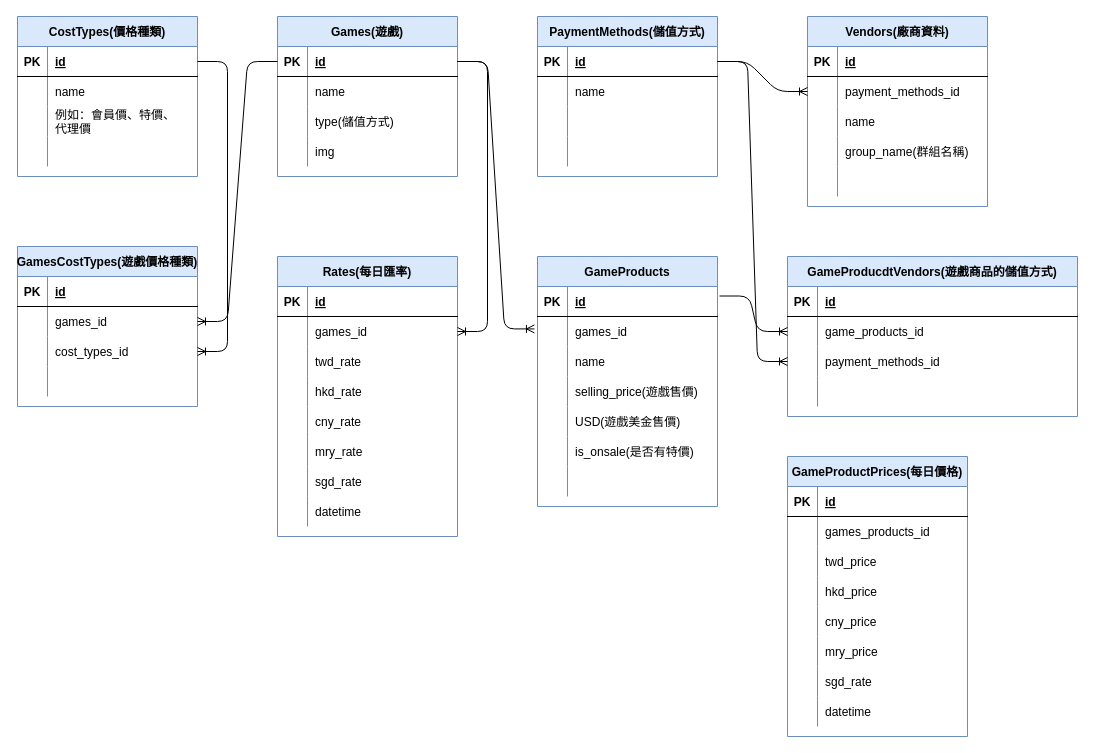
The draw.io diagram Untitled Diagram.drawio in SuHsienChin/website, before the edit. Source tidied: cells renumbered, new cells numbered last; positions are measured from the earlier drawing's top-left corner, leaving out a move shared by most shapes. Both pictures are drawn from the tidied source at 100%, with x=0, y=0 at pixel (17, 16).
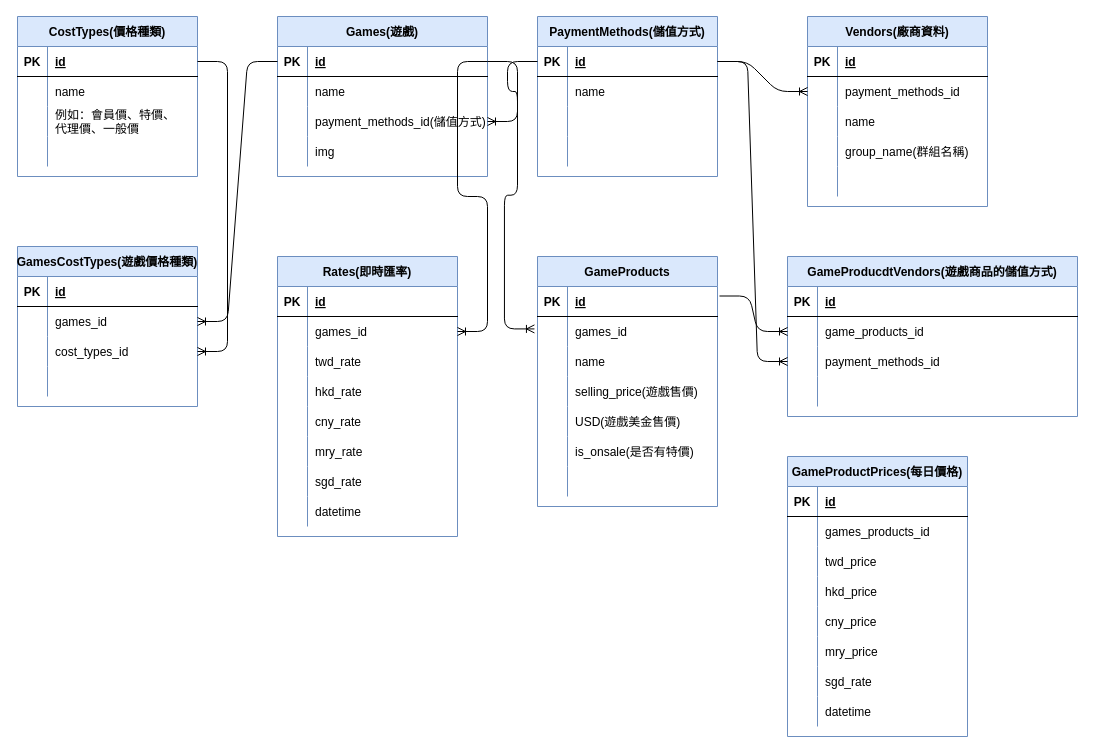
The same page after the edit.

Unchanged cells that the change refers to:
```xml
<mxCell id="120" style="shape=partialRectangle;fillColor=none;top=0;left=0;bottom=1;right=0;points=[[0,0.5],[1,0.5]];portConstraint=eastwest;" parent="119" vertex="1">
  <mxGeometry y="30" width="180" height="30" as="geometry" />
</mxCell>
<mxCell id="141" style="shape=partialRectangle;fillColor=none;top=0;left=0;bottom=0;right=0;" parent="134" vertex="1">
  <mxGeometry y="90" width="180" height="30" as="geometry" />
</mxCell>
```

Change to the diagram source:
```diff
@@
     <mxCell id="2" value="Games(遊戲)" style="shape=table;startSize=30;childLayout=tableLayout;rowLines=0;fontStyle=1;align=center;fillColor=#dae8fc;strokeColor=#6c8ebf;" parent="1" vertex="1">
-      <mxGeometry x="260" width="180" height="160" as="geometry" />
+      <mxGeometry x="260" width="210" height="160" as="geometry" />
     </mxCell>
     <mxCell id="3" style="shape=partialRectangle;fillColor=none;top=0;left=0;bottom=1;right=0;points=[[0,0.5],[1,0.5]];portConstraint=eastwest;" parent="2" vertex="1">
-      <mxGeometry y="30" width="180" height="30" as="geometry" />
+      <mxGeometry y="30" width="210" height="30" as="geometry" />
     </mxCell>
@@
     <mxCell id="5" value="id" style="shape=partialRectangle;fillColor=none;top=0;left=0;bottom=0;right=0;align=left;spacingLeft=6;fontStyle=5;overflow=hidden;" parent="3" vertex="1">
-      <mxGeometry x="30" width="150" height="30" as="geometry" />
+      <mxGeometry x="30" width="180" height="30" as="geometry" />
     </mxCell>
     <mxCell id="6" style="shape=partialRectangle;fillColor=none;top=0;left=0;bottom=0;right=0;" parent="2" vertex="1">
-      <mxGeometry y="60" width="180" height="30" as="geometry" />
+      <mxGeometry y="60" width="210" height="30" as="geometry" />
     </mxCell>
@@
     <mxCell id="8" value="name" style="shape=partialRectangle;fillColor=none;top=0;left=0;bottom=0;right=0;align=left;spacingLeft=6;overflow=hidden;" parent="6" vertex="1">
-      <mxGeometry x="30" width="150" height="30" as="geometry" />
+      <mxGeometry x="30" width="180" height="30" as="geometry" />
     </mxCell>
     <mxCell id="9" style="shape=partialRectangle;fillColor=none;top=0;left=0;bottom=0;right=0;points=[[0,0.5],[1,0.5]];portConstraint=eastwest;" parent="2" vertex="1">
-      <mxGeometry y="90" width="180" height="30" as="geometry" />
+      <mxGeometry y="90" width="210" height="30" as="geometry" />
     </mxCell>
@@
-    <mxCell id="11" value="type(儲值方式)" style="shape=partialRectangle;fillColor=none;top=0;left=0;bottom=0;right=0;align=left;spacingLeft=6;overflow=hidden;" parent="9" vertex="1">
-      <mxGeometry x="30" width="150" height="30" as="geometry" />
+    <mxCell id="11" value="payment_methods_id(儲值方式)" style="shape=partialRectangle;fillColor=none;top=0;left=0;bottom=0;right=0;align=left;spacingLeft=6;overflow=hidden;" parent="9" vertex="1">
+      <mxGeometry x="30" width="180" height="30" as="geometry" />
     </mxCell>
     <mxCell id="12" style="shape=partialRectangle;fillColor=none;top=0;left=0;bottom=0;right=0;" parent="2" vertex="1">
-      <mxGeometry y="120" width="180" height="30" as="geometry" />
+      <mxGeometry y="120" width="210" height="30" as="geometry" />
     </mxCell>
@@
     <mxCell id="14" value="img" style="shape=partialRectangle;fillColor=none;top=0;left=0;bottom=0;right=0;align=left;spacingLeft=6;overflow=hidden;" parent="12" vertex="1">
-      <mxGeometry x="30" width="150" height="30" as="geometry" />
+      <mxGeometry x="30" width="180" height="30" as="geometry" />
     </mxCell>
@@
-    <mxCell id="38" value="Rates(每日匯率)" style="shape=table;startSize=30;childLayout=tableLayout;rowLines=0;fontStyle=1;align=center;fillColor=#dae8fc;strokeColor=#6c8ebf;" parent="1" vertex="1">
+    <mxCell id="38" value="Rates(即時匯率)" style="shape=table;startSize=30;childLayout=tableLayout;rowLines=0;fontStyle=1;align=center;fillColor=#dae8fc;strokeColor=#6c8ebf;" parent="1" vertex="1">
       <mxGeometry x="260" y="240" width="180" height="280" as="geometry" />
     </mxCell>
@@
-    <mxCell id="143" value="例如：會員價、特價、&#10;代理價" style="shape=partialRectangle;fillColor=none;top=0;left=0;bottom=0;right=0;align=left;spacingLeft=6;overflow=hidden;" parent="141" vertex="1">
+    <mxCell id="143" value="例如：會員價、特價、&#10;代理價、一般價" style="shape=partialRectangle;fillColor=none;top=0;left=0;bottom=0;right=0;align=left;spacingLeft=6;overflow=hidden;" parent="141" vertex="1">
       <mxGeometry x="30" width="150" height="30" as="geometry" />
     </mxCell>
@@
+    <mxCell id="162" style="edgeStyle=entityRelationEdgeStyle;fontSize=12;html=1;endArrow=ERoneToMany;" parent="1" edge="1" source="120" target="9">
+      <mxGeometry relative="1" as="geometry" />
+    </mxCell>
```
